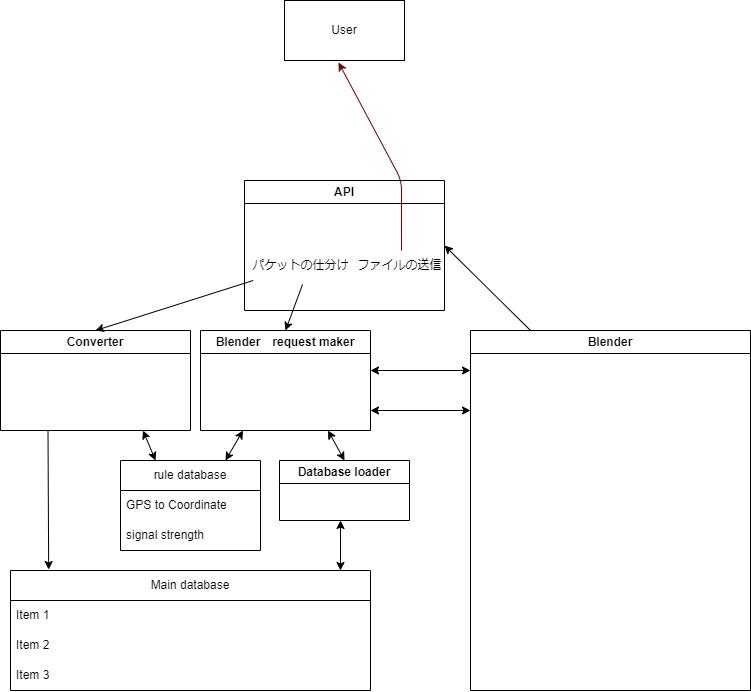
Before: setting/main.drawio.png, a diagram exported from draw.io (nanten-pi/PLATEAUpront). Source tidied: cells renumbered, new cells last; positions are measured from the earlier drawing's top-left corner, leaving out a move shared by most shapes.
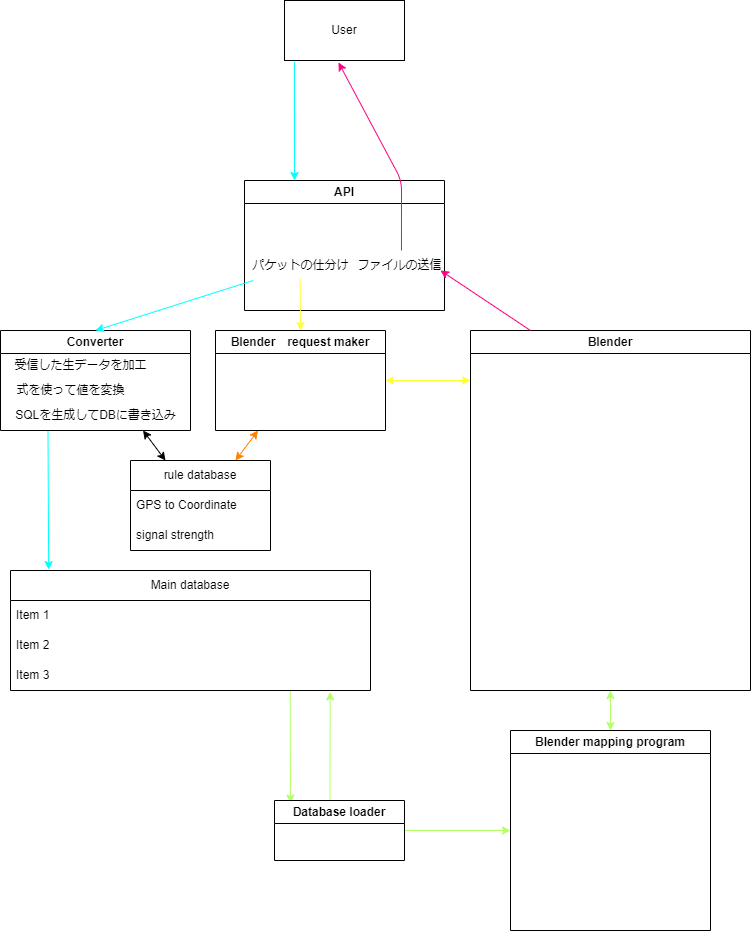
The same file after the commit.

Commit message:
ドローマップ

Diff of the diagram source:
```diff
@@ -14,36 +14,36 @@
     <mxCell id="5" value="ファイルの送信" style="text;html=1;align=center;verticalAlign=middle;points=[];strokeColor=none;fillColor=none;" parent="3" vertex="1">
       <mxGeometry x="100" y="70" width="110" height="30" as="geometry" />
     </mxCell>
-    <mxCell id="6" style="endArrow=classic;html=1;entryX=0.45;entryY=1.033;entryDx=0;entryDy=0;entryPerimeter=0;exitX=0.518;exitY=0;exitDx=0;exitDy=0;exitPerimeter=0;fillColor=#a20025;strokeColor=#6F0000;" parent="1" edge="1" source="5" target="2">
+    <mxCell id="6" style="endArrow=classic;html=1;entryX=0.45;entryY=1.033;entryDx=0;entryDy=0;entryPerimeter=0;exitX=0.518;exitY=0;exitDx=0;exitDy=0;exitPerimeter=0;fillColor=#d80073;strokeColor=#FF0080;" parent="1" edge="1" source="5" target="2">
       <mxGeometry relative="1" as="geometry">
         <Array as="points">
           <mxPoint x="401" y="180" />
         </Array>
       </mxGeometry>
     </mxCell>
-    <mxCell id="7" style="endArrow=classic;html=1;exitX=0.517;exitY=1.133;exitDx=0;exitDy=0;exitPerimeter=0;entryX=0.5;entryY=0;entryDx=0;entryDy=0;" parent="1" edge="1" source="4" target="8">
+    <mxCell id="7" style="endArrow=classic;html=1;exitX=0.497;exitY=0.937;exitDx=0;exitDy=0;exitPerimeter=0;entryX=0.5;entryY=0;entryDx=0;entryDy=0;strokeColor=#FFFF33;fillColor=#6a00ff;" parent="1" edge="1" source="4" target="8">
       <mxGeometry relative="1" as="geometry" />
     </mxCell>
     <mxCell id="8" value="Blender　request maker" style="swimlane;whiteSpace=wrap;html=1;" parent="1" vertex="1">
-      <mxGeometry x="200" y="330" width="170" height="100" as="geometry" />
+      <mxGeometry x="215" y="330" width="170" height="100" as="geometry" />
     </mxCell>
-    <mxCell id="9" style="endArrow=classic;startArrow=classic;html=1;" parent="8" edge="1">
-      <mxGeometry relative="1" as="geometry">
-        <mxPoint x="270" y="80" as="sourcePoint" />
-        <mxPoint x="170" y="80" as="targetPoint" />
-      </mxGeometry>
-    </mxCell>
-    <mxCell id="10" style="edgeStyle=none;html=1;exitX=0.25;exitY=1;exitDx=0;exitDy=0;entryX=0.106;entryY=-0.008;entryDx=0;entryDy=0;entryPerimeter=0;" parent="1" edge="1" source="11" target="18">
+    <mxCell id="10" style="edgeStyle=none;html=1;exitX=0.25;exitY=1;exitDx=0;exitDy=0;entryX=0.106;entryY=-0.008;entryDx=0;entryDy=0;entryPerimeter=0;strokeColor=#00FFFF;" parent="1" edge="1" source="11" target="18">
       <mxGeometry relative="1" as="geometry" />
     </mxCell>
     <mxCell id="11" value="Converter" style="swimlane;whiteSpace=wrap;html=1;" parent="1" vertex="1">
       <mxGeometry y="330" width="190" height="100" as="geometry" />
     </mxCell>
+    <mxCell id="28" value="受信した生データを加工" style="text;html=1;align=center;verticalAlign=middle;strokeColor=none;fillColor=none;" parent="11" vertex="1">
+      <mxGeometry y="20" width="160" height="30" as="geometry" />
+    </mxCell>
+    <mxCell id="29" value="SQLを生成してDBに書き込み" style="text;html=1;align=center;verticalAlign=middle;strokeColor=none;fillColor=none;" parent="11" vertex="1">
+      <mxGeometry x="5" y="70" width="180" height="30" as="geometry" />
+    </mxCell>
-    <mxCell id="12" style="endArrow=classic;html=1;entryX=0.5;entryY=0;entryDx=0;entryDy=0;" parent="1" edge="1" source="4" target="11">
+    <mxCell id="12" style="endArrow=classic;html=1;entryX=0.5;entryY=0;entryDx=0;entryDy=0;strokeColor=#00FFFF;" parent="1" edge="1" source="4" target="11">
       <mxGeometry relative="1" as="geometry" />
     </mxCell>
     <mxCell id="13" value="rule database" style="swimlane;fontStyle=0;horizontal=1;startSize=30;whiteSpace=wrap;html=1;" parent="1" vertex="1">
-      <mxGeometry x="120" y="460" width="140" height="90" as="geometry" />
+      <mxGeometry x="130" y="460" width="140" height="90" as="geometry" />
     </mxCell>
     <mxCell id="14" value="GPS to&amp;nbsp;&lt;span style=&quot;background-color: initial;&quot;&gt;Coordinate&lt;/span&gt;" style="text;strokeColor=none;fillColor=none;align=left;verticalAlign=middle;spacingLeft=4;spacingRight=4;overflow=hidden;whiteSpace=wrap;html=1;" parent="13" vertex="1">
       <mxGeometry y="30" width="140" height="30" as="geometry" />
@@ -54,9 +54,12 @@
     <mxCell id="16" style="endArrow=classic;startArrow=classic;html=1;exitX=0.25;exitY=0;exitDx=0;exitDy=0;entryX=0.75;entryY=1;entryDx=0;entryDy=0;" parent="1" edge="1" source="13" target="11">
       <mxGeometry relative="1" as="geometry" />
     </mxCell>
-    <mxCell id="17" style="endArrow=classic;startArrow=classic;html=1;exitX=0.75;exitY=0;exitDx=0;exitDy=0;entryX=0.25;entryY=1;entryDx=0;entryDy=0;" parent="1" edge="1" source="13" target="8">
+    <mxCell id="17" style="endArrow=classic;startArrow=classic;html=1;exitX=0.75;exitY=0;exitDx=0;exitDy=0;entryX=0.25;entryY=1;entryDx=0;entryDy=0;strokeColor=#FF8000;" parent="1" edge="1" source="13" target="8">
       <mxGeometry relative="1" as="geometry" />
     </mxCell>
+    <mxCell id="30" style="edgeStyle=none;html=1;exitX=0.777;exitY=1.008;exitDx=0;exitDy=0;entryX=0.123;entryY=0.044;entryDx=0;entryDy=0;strokeColor=#B3FF66;exitPerimeter=0;entryPerimeter=0;fillColor=#60a917;" parent="1" edge="1" source="21" target="23">
+      <mxGeometry relative="1" as="geometry" />
+    </mxCell>
     <mxCell id="18" value="Main database" style="swimlane;fontStyle=0;horizontal=1;startSize=30;whiteSpace=wrap;html=1;" parent="1" vertex="1">
       <mxGeometry x="10" y="570" width="360" height="120" as="geometry" />
     </mxCell>
@@ -69,31 +72,40 @@
     <mxCell id="21" value="Item 3" style="text;strokeColor=none;fillColor=none;align=left;verticalAlign=middle;spacingLeft=4;spacingRight=4;overflow=hidden;points=[[0,0.5],[1,0.5]];portConstraint=eastwest;whiteSpace=wrap;html=1;" parent="18" vertex="1">
       <mxGeometry y="90" width="360" height="30" as="geometry" />
     </mxCell>
-    <mxCell id="22" style="endArrow=classic;startArrow=classic;html=1;entryX=0.75;entryY=1;entryDx=0;entryDy=0;exitX=0.5;exitY=0;exitDx=0;exitDy=0;" parent="1" edge="1" source="23" target="8">
-      <mxGeometry relative="1" as="geometry" />
-    </mxCell>
+    <mxCell id="31" style="edgeStyle=none;html=1;exitX=0.427;exitY=0.028;exitDx=0;exitDy=0;strokeColor=#B3FF66;fillColor=#60a917;entryX=0.888;entryY=1.045;entryDx=0;entryDy=0;entryPerimeter=0;exitPerimeter=0;" parent="1" edge="1" source="23" target="21">
+      <mxGeometry relative="1" as="geometry" />
+    </mxCell>
+    <mxCell id="32" style="edgeStyle=none;html=1;exitX=1;exitY=0.5;exitDx=0;exitDy=0;entryX=0;entryY=0.5;entryDx=0;entryDy=0;strokeColor=#B3FF66;fillColor=#60a917;" parent="1" edge="1" source="23" target="35">
+      <mxGeometry relative="1" as="geometry" />
+    </mxCell>
     <mxCell id="23" value="Database loader" style="swimlane;whiteSpace=wrap;html=1;" parent="1" vertex="1">
-      <mxGeometry x="279" y="460" width="130" height="60" as="geometry" />
+      <mxGeometry x="274" y="800" width="130" height="60" as="geometry" />
     </mxCell>
-    <mxCell id="24" style="endArrow=classic;startArrow=classic;html=1;" parent="1" edge="1">
-      <mxGeometry relative="1" as="geometry">
-        <mxPoint x="340" y="570" as="sourcePoint" />
-        <mxPoint x="340" y="520" as="targetPoint" />
-      </mxGeometry>
-    </mxCell>
     <mxCell id="25" value="Blender" style="swimlane;whiteSpace=wrap;html=1;" parent="1" vertex="1">
       <mxGeometry x="470" y="330" width="280" height="360" as="geometry" />
     </mxCell>
-    <mxCell id="26" style="endArrow=classic;startArrow=classic;html=1;" parent="1" edge="1">
+    <mxCell id="26" style="endArrow=classic;startArrow=classic;html=1;exitX=1;exitY=0.5;exitDx=0;exitDy=0;strokeColor=#FFFF33;" parent="1" edge="1" source="8">
       <mxGeometry relative="1" as="geometry">
-        <mxPoint x="370" y="370" as="sourcePoint" />
-        <mxPoint x="470" y="370" as="targetPoint" />
+        <mxPoint x="470" y="380" as="targetPoint" />
       </mxGeometry>
     </mxCell>
-    <mxCell id="27" style="endArrow=classic;html=1;entryX=1;entryY=0.5;entryDx=0;entryDy=0;" parent="1" edge="1" target="3">
+    <mxCell id="27" style="endArrow=classic;html=1;strokeColor=#FF0080;" parent="1" edge="1">
       <mxGeometry relative="1" as="geometry">
         <mxPoint x="530" y="330" as="sourcePoint" />
+        <mxPoint x="440" y="270" as="targetPoint" />
       </mxGeometry>
     </mxCell>
+    <mxCell id="33" style="endArrow=classic;html=1;entryX=0.25;entryY=0;entryDx=0;entryDy=0;exitX=0.083;exitY=1.025;exitDx=0;exitDy=0;exitPerimeter=0;fillColor=#0050ef;strokeColor=#00FFFF;" parent="1" edge="1" source="2" target="3">
+      <mxGeometry relative="1" as="geometry" />
+    </mxCell>
+    <mxCell id="34" value="式を使って値を変換&lt;br&gt;" style="text;html=1;align=center;verticalAlign=middle;strokeColor=none;fillColor=none;" parent="1" vertex="1">
+      <mxGeometry x="5" y="375" width="130" height="30" as="geometry" />
+    </mxCell>
+    <mxCell id="35" value="Blender mapping program" style="swimlane;whiteSpace=wrap;html=1;" parent="1" vertex="1">
+      <mxGeometry x="510" y="730" width="200" height="200" as="geometry" />
+    </mxCell>
+    <mxCell id="9" style="endArrow=classic;startArrow=classic;html=1;exitX=0.5;exitY=1;exitDx=0;exitDy=0;entryX=0.5;entryY=0;entryDx=0;entryDy=0;strokeColor=#B3FF66;" parent="1" edge="1" source="25" target="35">
+      <mxGeometry relative="1" as="geometry" />
+    </mxCell>
   </root>
 </mxGraphModel>
```
